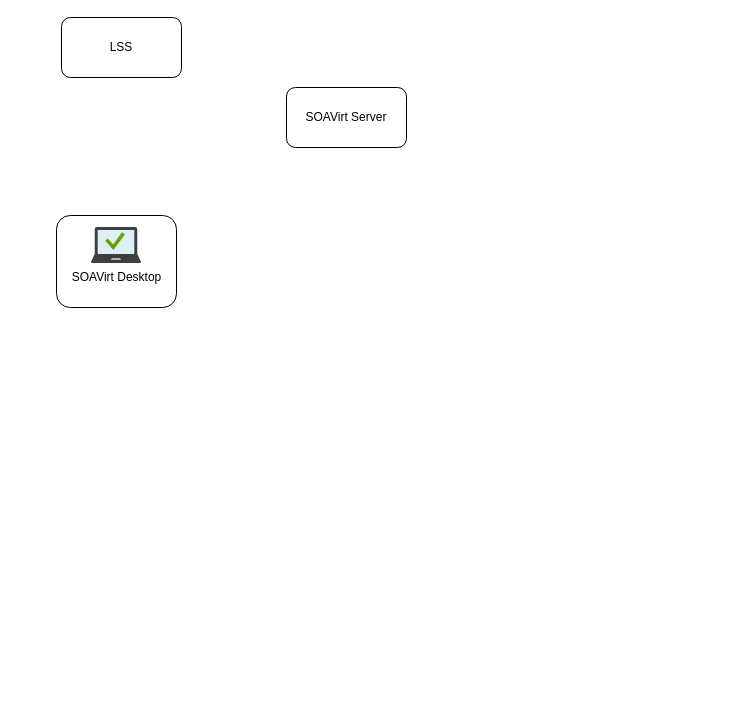
This is k8s-functinoal.drawio from gtrofimov/draw-io-projects, a draw.io file, before an edit. Source tidied: cells renumbered, new cells numbered last; positions are measured from the earlier drawing's top-left corner, leaving out a move shared by most shapes. Both pictures are drawn from the tidied source at 100%, with x=0, y=0 at pixel (56, 17).
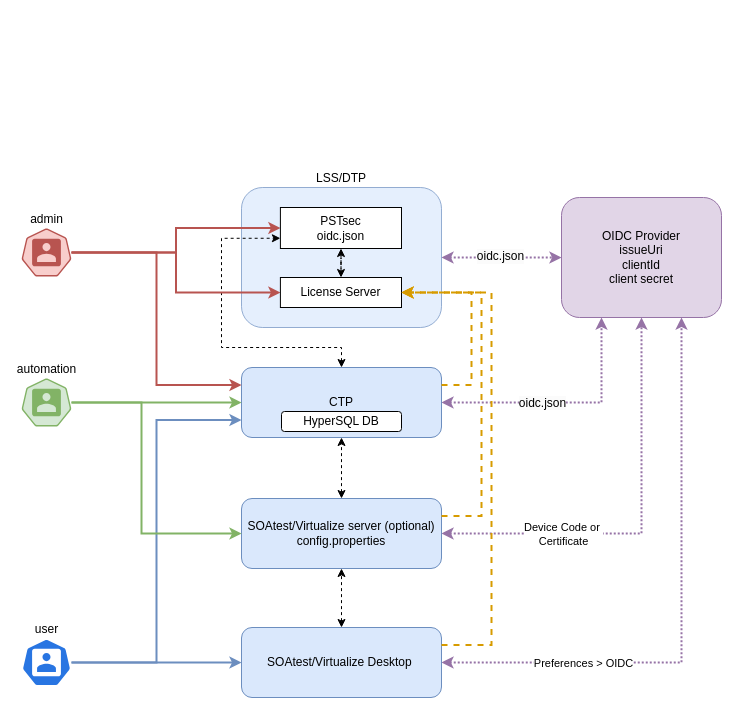
After the change.

Change to the diagram source:
```diff
@@
-    <mxCell id="2" style="rounded=1;whiteSpace=wrap;html=1;" parent="1" vertex="1">
-      <mxGeometry y="198" width="120" height="92" as="geometry" />
-    </mxCell>
-    <mxCell id="3" value="LSS" style="rounded=1;whiteSpace=wrap;html=1;" parent="1" vertex="1">
-      <mxGeometry x="5" width="120" height="60" as="geometry" />
-    </mxCell>
-    <mxCell id="4" value="SOAVirt Server" style="rounded=1;whiteSpace=wrap;html=1;" parent="1" vertex="1">
-      <mxGeometry x="230" y="70" width="120" height="60" as="geometry" />
-    </mxCell>
-    <mxCell id="5" value="SOAVirt Desktop" style="image;sketch=0;html=1;align=center;fontSize=12;image=img/lib/mscae/Managed_Desktop.svg;" parent="1" vertex="1">
-      <mxGeometry x="35" y="210" width="50" height="36" as="geometry" />
-    </mxCell>
+    <mxCell id="6" value="LSS/DTP" style="rounded=1;whiteSpace=wrap;html=1;labelPosition=center;verticalLabelPosition=top;align=center;verticalAlign=bottom;opacity=70;fillColor=#dae8fc;strokeColor=#6c8ebf;" parent="1" vertex="1">
+      <mxGeometry x="185" y="170" width="200" height="140" as="geometry" />
+    </mxCell>
+    <mxCell id="7" style="edgeStyle=orthogonalEdgeStyle;rounded=0;jettySize=auto;html=1;entryX=0;entryY=0.75;entryDx=0;entryDy=0;startArrow=classic;startFill=1;dashed=1;strokeWidth=1;" parent="1" edge="1" source="10" target="26">
+      <mxGeometry relative="1" as="geometry">
+        <Array as="points">
+          <mxPoint x="285" y="330" />
+          <mxPoint x="165" y="330" />
+          <mxPoint x="165" y="221" />
+        </Array>
+      </mxGeometry>
+    </mxCell>
+    <mxCell id="8" style="edgeStyle=orthogonalEdgeStyle;rounded=0;jettySize=auto;html=1;entryX=0.25;entryY=1;entryDx=0;entryDy=0;dashed=1;dashPattern=1 1;startArrow=classic;startFill=1;fillColor=#e1d5e7;strokeColor=#9673a6;strokeWidth=2;" parent="1" edge="1" source="10" target="15">
+      <mxGeometry relative="1" as="geometry" />
+    </mxCell>
+    <mxCell id="9" value="&lt;span style=&quot;font-size: 12px; text-wrap: wrap; background-color: rgb(251, 251, 251);&quot;&gt;oidc.json&lt;/span&gt;" style="edgeLabel;html=1;align=center;verticalAlign=middle;" parent="8" vertex="1">
+      <mxGeometry x="-0.18" relative="1" as="geometry" />
+    </mxCell>
+    <mxCell id="10" value="CTP" style="rounded=1;whiteSpace=wrap;html=1;fillColor=#dae8fc;strokeColor=#6c8ebf;" parent="1" vertex="1">
+      <mxGeometry x="185" y="350" width="200" height="70" as="geometry" />
+    </mxCell>
+    <mxCell id="11" style="edgeStyle=orthogonalEdgeStyle;rounded=0;jettySize=auto;html=1;entryX=0.5;entryY=1;entryDx=0;entryDy=0;dashed=1;dashPattern=1 1;startArrow=classic;startFill=1;fillColor=#e1d5e7;strokeColor=#9673a6;strokeWidth=2;" parent="1" edge="1" source="14" target="15">
+      <mxGeometry relative="1" as="geometry" />
+    </mxCell>
+    <mxCell id="12" value="Device Code or&amp;nbsp;&lt;div&gt;Certificate&lt;/div&gt;" style="edgeLabel;html=1;align=center;verticalAlign=middle;" parent="11" vertex="1">
+      <mxGeometry x="-0.24" y="-2" relative="1" as="geometry">
+        <mxPoint x="-37" y="-2" as="offset" />
+      </mxGeometry>
+    </mxCell>
+    <mxCell id="13" style="edgeStyle=orthogonalEdgeStyle;rounded=0;jettySize=auto;html=1;entryX=0.5;entryY=1;entryDx=0;entryDy=0;startArrow=classic;startFill=1;dashed=1;strokeWidth=1;" parent="1" edge="1" source="14" target="10">
+      <mxGeometry relative="1" as="geometry" />
+    </mxCell>
+    <mxCell id="14" value="SOAtest/Virtualize server (optional)&lt;div&gt;&lt;div&gt;&lt;div&gt;config.properties&lt;/div&gt;&lt;/div&gt;&lt;/div&gt;" style="rounded=1;whiteSpace=wrap;html=1;fillColor=#dae8fc;strokeColor=#6c8ebf;" parent="1" vertex="1">
+      <mxGeometry x="185" y="481" width="200" height="70" as="geometry" />
+    </mxCell>
+    <mxCell id="15" value="OIDC Provider&lt;div&gt;issueUri&lt;br&gt;&lt;div&gt;clientId&lt;/div&gt;&lt;div&gt;client secret&lt;/div&gt;&lt;/div&gt;" style="rounded=1;whiteSpace=wrap;html=1;fillColor=#e1d5e7;strokeColor=#9673a6;" parent="1" vertex="1">
+      <mxGeometry x="505" y="180" width="160" height="120" as="geometry" />
+    </mxCell>
+    <mxCell id="16" style="edgeStyle=orthogonalEdgeStyle;rounded=0;jettySize=auto;html=1;entryX=0;entryY=0.75;entryDx=0;entryDy=0;fillColor=#dae8fc;strokeColor=#6c8ebf;strokeWidth=2;" parent="1" edge="1" source="17" target="10">
+      <mxGeometry relative="1" as="geometry" />
+    </mxCell>
+    <mxCell id="17" value="user" style="sketch=0;html=1;dashed=0;whitespace=wrap;fillColor=#2875E2;strokeColor=#ffffff;points=[[0.005,0.63,0],[0.1,0.2,0],[0.9,0.2,0],[0.5,0,0],[0.995,0.63,0],[0.72,0.99,0],[0.5,1,0],[0.28,0.99,0]];shape=mxgraph.kubernetes.icon2;prIcon=user;labelPosition=center;verticalLabelPosition=top;align=center;verticalAlign=bottom;" parent="1" vertex="1">
+      <mxGeometry x="-35" y="621" width="50" height="48" as="geometry" />
+    </mxCell>
+    <mxCell id="18" style="edgeStyle=orthogonalEdgeStyle;rounded=0;jettySize=auto;html=1;entryX=0;entryY=0.5;entryDx=0;entryDy=0;fillColor=#f8cecc;strokeColor=#b85450;strokeWidth=2;" parent="1" edge="1" source="21" target="26">
+      <mxGeometry relative="1" as="geometry" />
+    </mxCell>
+    <mxCell id="19" style="edgeStyle=orthogonalEdgeStyle;rounded=0;jettySize=auto;html=1;entryX=0;entryY=0.5;entryDx=0;entryDy=0;fillColor=#f8cecc;strokeColor=#b85450;strokeWidth=2;" parent="1" edge="1" source="21" target="25">
+      <mxGeometry relative="1" as="geometry" />
+    </mxCell>
+    <mxCell id="20" style="edgeStyle=orthogonalEdgeStyle;rounded=0;jettySize=auto;html=1;entryX=0;entryY=0.25;entryDx=0;entryDy=0;fillColor=#f8cecc;strokeColor=#b85450;strokeWidth=2;" parent="1" edge="1" source="21" target="10">
+      <mxGeometry relative="1" as="geometry" />
+    </mxCell>
+    <mxCell id="21" value="admin" style="sketch=0;html=1;dashed=0;whitespace=wrap;fillColor=#f8cecc;strokeColor=#b85450;points=[[0.005,0.63,0],[0.1,0.2,0],[0.9,0.2,0],[0.5,0,0],[0.995,0.63,0],[0.72,0.99,0],[0.5,1,0],[0.28,0.99,0]];shape=mxgraph.kubernetes.icon2;prIcon=user;labelPosition=center;verticalLabelPosition=top;align=center;verticalAlign=bottom;" parent="1" vertex="1">
+      <mxGeometry x="-35" y="211" width="50" height="48" as="geometry" />
+    </mxCell>
+    <mxCell id="22" style="edgeStyle=orthogonalEdgeStyle;rounded=0;jettySize=auto;html=1;fillColor=#fff2cc;strokeColor=#000000;dashed=1;startArrow=classic;startFill=1;" parent="1" edge="1" source="25" target="26">
+      <mxGeometry relative="1" as="geometry" />
+    </mxCell>
+    <mxCell id="23" style="edgeStyle=orthogonalEdgeStyle;rounded=0;jettySize=auto;html=1;entryX=0;entryY=0.5;entryDx=0;entryDy=0;dashed=1;dashPattern=1 1;startArrow=classic;startFill=1;exitX=1;exitY=0.5;exitDx=0;exitDy=0;fillColor=#e1d5e7;strokeColor=#9673a6;strokeWidth=2;" parent="1" edge="1" source="6" target="15">
+      <mxGeometry relative="1" as="geometry" />
+    </mxCell>
+    <mxCell id="24" value="&lt;div style=&quot;font-size: 12px; text-wrap: wrap; background-color: rgb(251, 251, 251);&quot;&gt;oidc.json&lt;/div&gt;" style="edgeLabel;html=1;align=center;verticalAlign=middle;" parent="23" vertex="1">
+      <mxGeometry x="-0.04" y="2" relative="1" as="geometry" />
+    </mxCell>
+    <mxCell id="25" value="License Server" style="rounded=0;whiteSpace=wrap;html=1;" parent="1" vertex="1">
+      <mxGeometry x="223.9" y="260" width="121.1" height="30" as="geometry" />
+    </mxCell>
+    <mxCell id="26" value="PSTsec&lt;div&gt;oidc.json&lt;/div&gt;" style="rounded=0;whiteSpace=wrap;html=1;" parent="1" vertex="1">
+      <mxGeometry x="223.9" y="190" width="121.1" height="41" as="geometry" />
+    </mxCell>
+    <mxCell id="27" style="edgeStyle=orthogonalEdgeStyle;rounded=0;jettySize=auto;html=1;entryX=0;entryY=0.5;entryDx=0;entryDy=0;fillColor=#dae8fc;strokeColor=#6c8ebf;strokeWidth=2;" parent="1" edge="1" source="17" target="35">
+      <mxGeometry relative="1" as="geometry" />
+    </mxCell>
+    <mxCell id="28" style="edgeStyle=orthogonalEdgeStyle;rounded=0;jettySize=auto;html=1;fillColor=#ffe6cc;strokeColor=#d79b00;strokeWidth=2;dashed=1;exitX=1;exitY=0.25;exitDx=0;exitDy=0;entryX=1;entryY=0.5;entryDx=0;entryDy=0;" parent="1" edge="1" source="10" target="25">
+      <mxGeometry relative="1" as="geometry">
+        <Array as="points">
+          <mxPoint x="415" y="368" />
+          <mxPoint x="415" y="275" />
+        </Array>
+      </mxGeometry>
+    </mxCell>
+    <mxCell id="29" style="edgeStyle=orthogonalEdgeStyle;rounded=0;jettySize=auto;html=1;entryX=0;entryY=0.5;entryDx=0;entryDy=0;fillColor=#d5e8d4;strokeColor=#82b366;strokeWidth=2;" parent="1" edge="1" source="31" target="10">
+      <mxGeometry relative="1" as="geometry" />
+    </mxCell>
+    <mxCell id="30" style="edgeStyle=orthogonalEdgeStyle;rounded=0;jettySize=auto;html=1;entryX=0;entryY=0.5;entryDx=0;entryDy=0;fillColor=#d5e8d4;strokeColor=#82b366;strokeWidth=2;" parent="1" edge="1" source="31" target="14">
+      <mxGeometry relative="1" as="geometry">
+        <Array as="points">
+          <mxPoint x="85" y="385" />
+          <mxPoint x="85" y="516" />
+        </Array>
+      </mxGeometry>
+    </mxCell>
+    <mxCell id="31" value="automation" style="sketch=0;html=1;dashed=0;whitespace=wrap;fillColor=#d5e8d4;strokeColor=#82b366;points=[[0.005,0.63,0],[0.1,0.2,0],[0.9,0.2,0],[0.5,0,0],[0.995,0.63,0],[0.72,0.99,0],[0.5,1,0],[0.28,0.99,0]];shape=mxgraph.kubernetes.icon2;prIcon=user;labelPosition=center;verticalLabelPosition=top;align=center;verticalAlign=bottom;" parent="1" vertex="1">
+      <mxGeometry x="-35" y="361" width="50" height="48" as="geometry" />
+    </mxCell>
+    <mxCell id="32" style="edgeStyle=orthogonalEdgeStyle;rounded=0;jettySize=auto;html=1;entryX=0.5;entryY=1;entryDx=0;entryDy=0;dashed=1;startArrow=classic;startFill=1;strokeWidth=1;" parent="1" edge="1" source="35" target="14">
+      <mxGeometry relative="1" as="geometry" />
+    </mxCell>
+    <mxCell id="33" style="edgeStyle=orthogonalEdgeStyle;rounded=0;jettySize=auto;html=1;entryX=0.75;entryY=1;entryDx=0;entryDy=0;dashed=1;dashPattern=1 1;fillColor=#e1d5e7;strokeColor=#9673a6;strokeWidth=2;startArrow=classic;startFill=1;" parent="1" edge="1" source="35" target="15">
+      <mxGeometry relative="1" as="geometry" />
+    </mxCell>
+    <mxCell id="34" value="Preferences &amp;gt; OIDC" style="edgeLabel;html=1;align=center;verticalAlign=middle;" parent="33" vertex="1">
+      <mxGeometry x="-0.39" y="-1" relative="1" as="geometry">
+        <mxPoint x="-37" y="-1" as="offset" />
+      </mxGeometry>
+    </mxCell>
+    <mxCell id="35" value="SOAtest/Virtualize Desktop&amp;nbsp;" style="rounded=1;whiteSpace=wrap;html=1;fillColor=#dae8fc;strokeColor=#6c8ebf;" parent="1" vertex="1">
+      <mxGeometry x="185" y="610" width="200" height="70" as="geometry" />
+    </mxCell>
+    <mxCell id="36" style="edgeStyle=orthogonalEdgeStyle;rounded=0;jettySize=auto;html=1;fillColor=#ffe6cc;strokeColor=#d79b00;strokeWidth=2;dashed=1;entryX=1;entryY=0.5;entryDx=0;entryDy=0;exitX=1;exitY=0.25;exitDx=0;exitDy=0;" parent="1" edge="1" source="14" target="25">
+      <mxGeometry relative="1" as="geometry">
+        <Array as="points">
+          <mxPoint x="425" y="499" />
+          <mxPoint x="425" y="275" />
+        </Array>
+      </mxGeometry>
+    </mxCell>
+    <mxCell id="37" style="edgeStyle=orthogonalEdgeStyle;rounded=0;jettySize=auto;html=1;fillColor=#ffe6cc;strokeColor=#d79b00;strokeWidth=2;dashed=1;entryX=1;entryY=0.5;entryDx=0;entryDy=0;exitX=1;exitY=0.25;exitDx=0;exitDy=0;" parent="1" edge="1" source="35" target="25">
+      <mxGeometry relative="1" as="geometry">
+        <Array as="points">
+          <mxPoint x="435" y="628" />
+          <mxPoint x="435" y="275" />
+        </Array>
+      </mxGeometry>
+    </mxCell>
+    <mxCell id="38" value="HyperSQL DB" style="rounded=1;whiteSpace=wrap;html=1;" parent="1" vertex="1">
+      <mxGeometry x="225" y="394" width="120" height="20" as="geometry" />
+    </mxCell>
```
